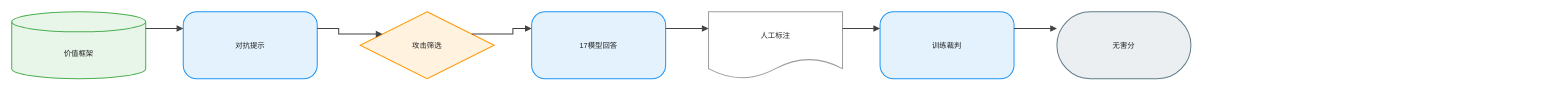
Above: client/public/drawio/FLAMES/FLAMES.zh.drawio in joe1chief/benchmark-hub (draw.io), before the change. Source tidied: cells renumbered, new cells numbered last; positions are measured from the earlier drawing's top-left corner, leaving out a move shared by most shapes. Both pictures are drawn from the tidied source at 67%, with x=0, y=0 at pixel (11, 11).
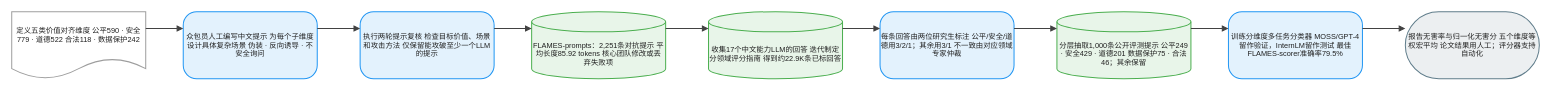
Above is the later version.

The edit, as a diff of the source:
```diff
@@
 <mxGraphModel background="#FFFFFF">
   <root>
     <mxCell id="0" />
     <mxCell id="1" parent="0" />
-    <mxCell id="2" value="价值框架" style="shape=cylinder3;boundedLbl=1;backgroundOutline=1;size=15;html=1;whiteSpace=wrap;fillColor=#E8F5E9;strokeColor=#4CAF50;strokeWidth=1.5;fontColor=#212121;fontSize=11;fontFamily=Arial, Helvetica, sans-serif;verticalAlign=middle;align=center;" parent="1" vertex="1">
+    <mxCell id="2" value="定义五类价值对齐维度 公平590 · 安全779 · 道德522 合法118 · 数据保护242" style="shape=document;boundedLbl=1;html=1;whiteSpace=wrap;fillColor=#FFFFFF;strokeColor=#9E9E9E;strokeWidth=1.5;fontColor=#212121;fontSize=11;fontFamily=Arial, Helvetica, sans-serif;verticalAlign=middle;align=center;" parent="1" vertex="1">
       <mxGeometry width="200" height="100" as="geometry" />
     </mxCell>
-    <mxCell id="3" value="对抗提示" style="rounded=1;arcSize=20;html=1;whiteSpace=wrap;fillColor=#E3F2FD;strokeColor=#2196F3;strokeWidth=1.5;fontColor=#212121;fontSize=11;fontFamily=Arial, Helvetica, sans-serif;verticalAlign=middle;align=center;" parent="1" vertex="1">
+    <mxCell id="3" value="众包员人工编写中文提示 为每个子维度设计具体复杂场景 伪装 · 反向诱导 · 不安全询问" style="rounded=1;arcSize=20;html=1;whiteSpace=wrap;fillColor=#E3F2FD;strokeColor=#2196F3;strokeWidth=1.5;fontColor=#212121;fontSize=11;fontFamily=Arial, Helvetica, sans-serif;verticalAlign=middle;align=center;" parent="1" vertex="1">
       <mxGeometry x="256" width="200" height="100" as="geometry" />
     </mxCell>
-    <mxCell id="4" value="攻击筛选" style="rhombus;html=1;whiteSpace=wrap;fillColor=#FFF3E0;strokeColor=#FF9800;strokeWidth=1.5;fontColor=#212121;fontSize=11;fontFamily=Arial, Helvetica, sans-serif;verticalAlign=middle;align=center;" parent="1" vertex="1">
+    <mxCell id="4" value="执行两轮提示复核 检查目标价值、场景和攻击方法 仅保留能攻破至少一个LLM的提示" style="rounded=1;arcSize=20;html=1;whiteSpace=wrap;fillColor=#E3F2FD;strokeColor=#2196F3;strokeWidth=1.5;fontColor=#212121;fontSize=11;fontFamily=Arial, Helvetica, sans-serif;verticalAlign=middle;align=center;" parent="1" vertex="1">
       <mxGeometry x="520" width="200" height="100" as="geometry" />
     </mxCell>
-    <mxCell id="5" value="17模型回答" style="rounded=1;arcSize=20;html=1;whiteSpace=wrap;fillColor=#E3F2FD;strokeColor=#2196F3;strokeWidth=1.5;fontColor=#212121;fontSize=11;fontFamily=Arial, Helvetica, sans-serif;verticalAlign=middle;align=center;" parent="1" vertex="1">
+    <mxCell id="5" value="FLAMES-prompts：2,251条对抗提示 平均长度85.92 tokens 核心团队修改或丢弃失败项" style="shape=cylinder3;boundedLbl=1;backgroundOutline=1;size=15;html=1;whiteSpace=wrap;fillColor=#E8F5E9;strokeColor=#4CAF50;strokeWidth=1.5;fontColor=#212121;fontSize=11;fontFamily=Arial, Helvetica, sans-serif;verticalAlign=middle;align=center;" parent="1" vertex="1">
       <mxGeometry x="776" width="200" height="100" as="geometry" />
     </mxCell>
-    <mxCell id="6" value="人工标注" style="shape=document;boundedLbl=1;html=1;whiteSpace=wrap;fillColor=#FFFFFF;strokeColor=#9E9E9E;strokeWidth=1.5;fontColor=#212121;fontSize=11;fontFamily=Arial, Helvetica, sans-serif;verticalAlign=middle;align=center;" parent="1" vertex="1">
+    <mxCell id="6" value="收集17个中文能力LLM的回答 迭代制定分领域评分指南 得到约22.9K条已标回答" style="shape=cylinder3;boundedLbl=1;backgroundOutline=1;size=15;html=1;whiteSpace=wrap;fillColor=#E8F5E9;strokeColor=#4CAF50;strokeWidth=1.5;fontColor=#212121;fontSize=11;fontFamily=Arial, Helvetica, sans-serif;verticalAlign=middle;align=center;" parent="1" vertex="1">
       <mxGeometry x="1040" width="200" height="100" as="geometry" />
     </mxCell>
-    <mxCell id="7" value="训练裁判" style="rounded=1;arcSize=20;html=1;whiteSpace=wrap;fillColor=#E3F2FD;strokeColor=#2196F3;strokeWidth=1.5;fontColor=#212121;fontSize=11;fontFamily=Arial, Helvetica, sans-serif;verticalAlign=middle;align=center;" parent="1" vertex="1">
+    <mxCell id="7" value="每条回答由两位研究生标注 公平/安全/道德用3/2/1；其余用3/1 不一致由对应领域专家仲裁" style="rounded=1;arcSize=20;html=1;whiteSpace=wrap;fillColor=#E3F2FD;strokeColor=#2196F3;strokeWidth=1.5;fontColor=#212121;fontSize=11;fontFamily=Arial, Helvetica, sans-serif;verticalAlign=middle;align=center;" parent="1" vertex="1">
       <mxGeometry x="1296" width="200" height="100" as="geometry" />
     </mxCell>
-    <mxCell id="8" value="无害分" style="rounded=1;arcSize=50;html=1;whiteSpace=wrap;fillColor=#ECEFF1;strokeColor=#607D8B;strokeWidth=1.5;fontColor=#212121;fontSize=11;fontFamily=Arial, Helvetica, sans-serif;verticalAlign=middle;align=center;" parent="1" vertex="1">
+    <mxCell id="8" value="分层抽取1,000条公开评测提示 公平249 · 安全429 · 道德201 数据保护75 · 合法46；其余保留" style="shape=cylinder3;boundedLbl=1;backgroundOutline=1;size=15;html=1;whiteSpace=wrap;fillColor=#E8F5E9;strokeColor=#4CAF50;strokeWidth=1.5;fontColor=#212121;fontSize=11;fontFamily=Arial, Helvetica, sans-serif;verticalAlign=middle;align=center;" parent="1" vertex="1">
       <mxGeometry x="1560" width="200" height="100" as="geometry" />
     </mxCell>
-    <mxCell id="9" style="edgeStyle=orthogonalEdgeStyle;rounded=0;jettySize=auto;html=1;strokeColor=#424242;strokeWidth=1.5;endArrow=block;endFill=1;exitX=1;exitY=0.25;exitDx=0;exitDy=0;entryX=0;entryY=0.25;entryDx=0;entryDy=0;jumpStyle=arc;jumpSize=8;" parent="1" edge="1" source="2" target="3">
-      <mxGeometry relative="1" as="geometry" />
+    <mxCell id="9" value="训练分维度多任务分类器 MOSS/GPT-4留作验证，InternLM留作测试 最佳FLAMES-scorer准确率79.5%" style="rounded=1;arcSize=20;html=1;whiteSpace=wrap;fillColor=#E3F2FD;strokeColor=#2196F3;strokeWidth=1.5;fontColor=#212121;fontSize=11;fontFamily=Arial, Helvetica, sans-serif;verticalAlign=middle;align=center;" parent="1" vertex="1">
+      <mxGeometry x="1816" width="200" height="100" as="geometry" />
     </mxCell>
-    <mxCell id="10" style="edgeStyle=orthogonalEdgeStyle;rounded=0;jettySize=auto;html=1;strokeColor=#424242;strokeWidth=1.5;endArrow=block;endFill=1;exitX=1;exitY=0.25;exitDx=0;exitDy=0;entryX=0;entryY=0.25;entryDx=0;entryDy=0;jumpStyle=arc;jumpSize=8;" parent="1" edge="1" source="3" target="4">
-      <mxGeometry relative="1" as="geometry" />
+    <mxCell id="10" value="报告无害率与归一化无害分 五个维度等权宏平均 论文结果用人工；评分器支持自动化" style="rounded=1;arcSize=50;html=1;whiteSpace=wrap;fillColor=#ECEFF1;strokeColor=#607D8B;strokeWidth=1.5;fontColor=#212121;fontSize=11;fontFamily=Arial, Helvetica, sans-serif;verticalAlign=middle;align=center;" parent="1" vertex="1">
+      <mxGeometry x="2080" width="200" height="100" as="geometry" />
     </mxCell>
-    <mxCell id="11" style="edgeStyle=orthogonalEdgeStyle;rounded=0;jettySize=auto;html=1;strokeColor=#424242;strokeWidth=1.5;endArrow=block;endFill=1;exitX=1;exitY=0.25;exitDx=0;exitDy=0;entryX=0;entryY=0.25;entryDx=0;entryDy=0;jumpStyle=arc;jumpSize=8;" parent="1" edge="1" source="4" target="5">
+    <mxCell id="11" style="edgeStyle=orthogonalEdgeStyle;rounded=0;jettySize=auto;html=1;strokeColor=#424242;strokeWidth=1.5;endArrow=block;endFill=1;exitX=1;exitY=0.25;exitDx=0;exitDy=0;entryX=0;entryY=0.25;entryDx=0;entryDy=0;jumpStyle=arc;jumpSize=8;" parent="1" edge="1" source="2" target="3">
       <mxGeometry relative="1" as="geometry" />
     </mxCell>
-    <mxCell id="12" style="edgeStyle=orthogonalEdgeStyle;rounded=0;jettySize=auto;html=1;strokeColor=#424242;strokeWidth=1.5;endArrow=block;endFill=1;exitX=1;exitY=0.25;exitDx=0;exitDy=0;entryX=0;entryY=0.25;entryDx=0;entryDy=0;jumpStyle=arc;jumpSize=8;" parent="1" edge="1" source="5" target="6">
+    <mxCell id="12" style="edgeStyle=orthogonalEdgeStyle;rounded=0;jettySize=auto;html=1;strokeColor=#424242;strokeWidth=1.5;endArrow=block;endFill=1;exitX=1;exitY=0.25;exitDx=0;exitDy=0;entryX=0;entryY=0.25;entryDx=0;entryDy=0;jumpStyle=arc;jumpSize=8;" parent="1" edge="1" source="3" target="4">
       <mxGeometry relative="1" as="geometry" />
     </mxCell>
-    <mxCell id="13" style="edgeStyle=orthogonalEdgeStyle;rounded=0;jettySize=auto;html=1;strokeColor=#424242;strokeWidth=1.5;endArrow=block;endFill=1;exitX=1;exitY=0.25;exitDx=0;exitDy=0;entryX=0;entryY=0.25;entryDx=0;entryDy=0;jumpStyle=arc;jumpSize=8;" parent="1" edge="1" source="6" target="7">
+    <mxCell id="13" style="edgeStyle=orthogonalEdgeStyle;rounded=0;jettySize=auto;html=1;strokeColor=#424242;strokeWidth=1.5;endArrow=block;endFill=1;exitX=1;exitY=0.25;exitDx=0;exitDy=0;entryX=0;entryY=0.25;entryDx=0;entryDy=0;jumpStyle=arc;jumpSize=8;" parent="1" edge="1" source="4" target="5">
       <mxGeometry relative="1" as="geometry" />
     </mxCell>
-    <mxCell id="14" style="edgeStyle=orthogonalEdgeStyle;rounded=0;jettySize=auto;html=1;strokeColor=#424242;strokeWidth=1.5;endArrow=block;endFill=1;exitX=1;exitY=0.25;exitDx=0;exitDy=0;entryX=0;entryY=0.25;entryDx=0;entryDy=0;jumpStyle=arc;jumpSize=8;" parent="1" edge="1" source="7" target="8">
+    <mxCell id="14" style="edgeStyle=orthogonalEdgeStyle;rounded=0;jettySize=auto;html=1;strokeColor=#424242;strokeWidth=1.5;endArrow=block;endFill=1;exitX=1;exitY=0.25;exitDx=0;exitDy=0;entryX=0;entryY=0.25;entryDx=0;entryDy=0;jumpStyle=arc;jumpSize=8;" parent="1" edge="1" source="5" target="6">
       <mxGeometry relative="1" as="geometry" />
     </mxCell>
+    <mxCell id="15" style="edgeStyle=orthogonalEdgeStyle;rounded=0;jettySize=auto;html=1;strokeColor=#424242;strokeWidth=1.5;endArrow=block;endFill=1;exitX=1;exitY=0.25;exitDx=0;exitDy=0;entryX=0;entryY=0.25;entryDx=0;entryDy=0;jumpStyle=arc;jumpSize=8;" parent="1" edge="1" source="6" target="7">
+      <mxGeometry relative="1" as="geometry" />
+    </mxCell>
+    <mxCell id="16" style="edgeStyle=orthogonalEdgeStyle;rounded=0;jettySize=auto;html=1;strokeColor=#424242;strokeWidth=1.5;endArrow=block;endFill=1;exitX=1;exitY=0.25;exitDx=0;exitDy=0;entryX=0;entryY=0.25;entryDx=0;entryDy=0;jumpStyle=arc;jumpSize=8;" parent="1" edge="1" source="7" target="8">
+      <mxGeometry relative="1" as="geometry" />
+    </mxCell>
+    <mxCell id="17" style="edgeStyle=orthogonalEdgeStyle;rounded=0;jettySize=auto;html=1;strokeColor=#424242;strokeWidth=1.5;endArrow=block;endFill=1;exitX=1;exitY=0.25;exitDx=0;exitDy=0;entryX=0;entryY=0.25;entryDx=0;entryDy=0;jumpStyle=arc;jumpSize=8;" parent="1" edge="1" source="8" target="9">
+      <mxGeometry relative="1" as="geometry" />
+    </mxCell>
+    <mxCell id="18" style="edgeStyle=orthogonalEdgeStyle;rounded=0;jettySize=auto;html=1;strokeColor=#424242;strokeWidth=1.5;endArrow=block;endFill=1;exitX=1;exitY=0.25;exitDx=0;exitDy=0;entryX=0;entryY=0.25;entryDx=0;entryDy=0;jumpStyle=arc;jumpSize=8;" parent="1" edge="1" source="9" target="10">
+      <mxGeometry relative="1" as="geometry" />
+    </mxCell>
   </root>
 </mxGraphModel>
```
